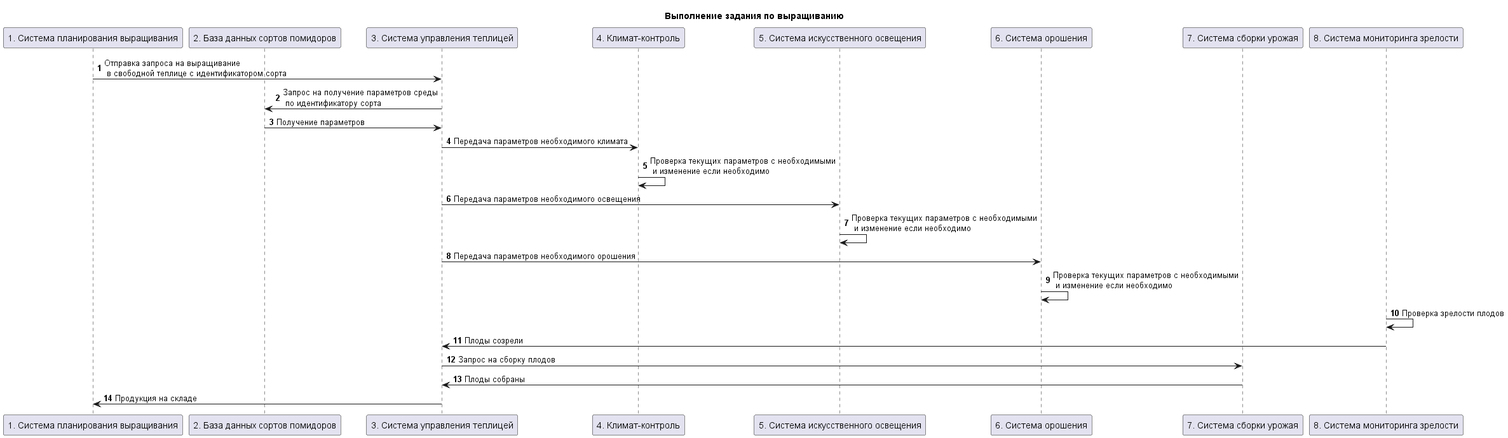
Before: KP/docs/img/proccessing/greenhouse-proccessing-scheme.png, a diagram exported from PlantUML (LibSyfer/CyberImmunity). Source of this version:
```plantuml
@startuml "usecases"

title "Выполнение задания по выращиванию"

participant "1. Система планирования выращивания" as growing_manager_system
participant "2. База данных сортов помидоров" as tomato_db
participant "3. Система управления теплицей" as greenhouse_manager_system
participant "4. Климат-контроль" as climate_control
participant "5. Система искусственного освещения" as lighting_system
participant "6. Система орошения" as irrigation_system
participant "7. Система сборки урожая" as harvest_system
participant "8. Система мониторинга зрелости" as maturity_monitoring_system

autonumber

growing_manager_system -> greenhouse_manager_system: Отправка запроса на выращивание\n в свободной теплице с идентификатором сорта

greenhouse_manager_system -> tomato_db: Запрос на получение параметров среды\n по идентификатору сорта
tomato_db -> greenhouse_manager_system: Получение параметров

greenhouse_manager_system -> climate_control: Передача параметров необходимого климата
climate_control -> climate_control: Проверка текущих параметров с необходимыми\n и изменение если необходимо

greenhouse_manager_system -> lighting_system: Передача параметров необходимого освещения
lighting_system -> lighting_system: Проверка текущих параметров с необходимыми\n и изменение если необходимо

greenhouse_manager_system -> irrigation_system: Передача параметров необходимого орошения
irrigation_system -> irrigation_system: Проверка текущих параметров с необходимыми\n и изменение если необходимо

maturity_monitoring_system -> maturity_monitoring_system: Проверка зрелости плодов
maturity_monitoring_system -> greenhouse_manager_system: Плоды созрели

greenhouse_manager_system -> harvest_system: Запрос на сборку плодов
harvest_system -> greenhouse_manager_system: Плоды собраны

greenhouse_manager_system -> growing_manager_system: Продукция на складе

@enduml
```
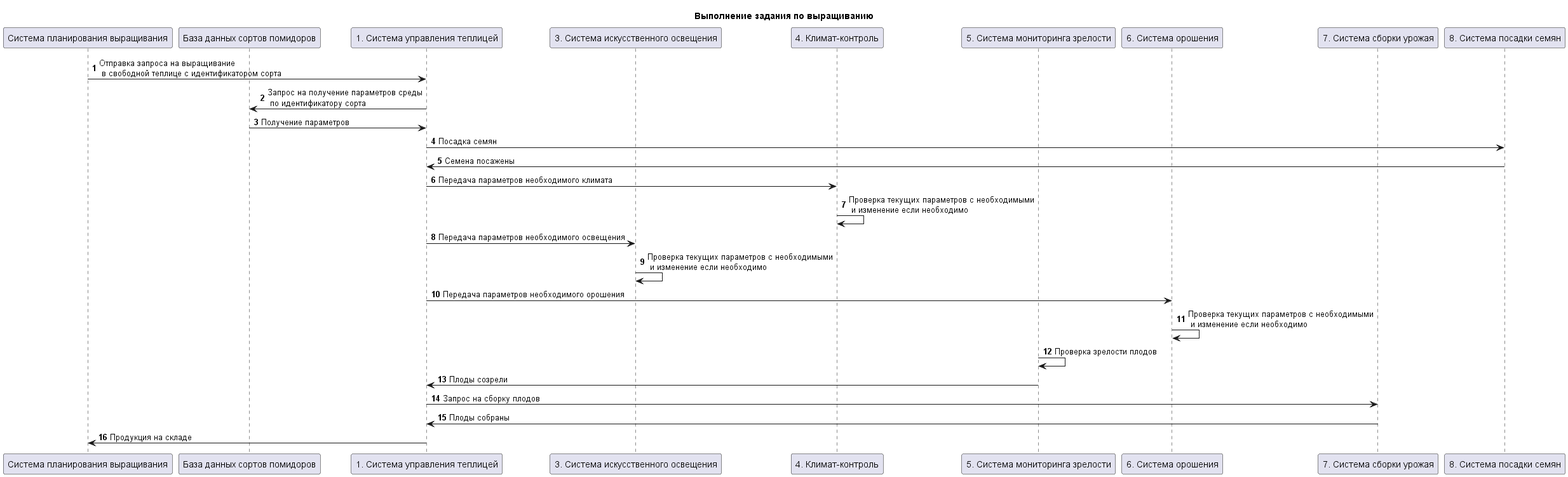
Above is the later version.

Commit message:
Исправлена последовательность работы теплицы. Обновлен отчет

Change to the diagram source:
```diff
@@ -2,14 +2,15 @@
 
 title "Выполнение задания по выращиванию"
 
-participant "1. Система планирования выращивания" as growing_manager_system
-participant "2. База данных сортов помидоров" as tomato_db
-participant "3. Система управления теплицей" as greenhouse_manager_system
+participant "Система планирования выращивания" as growing_manager_system
+participant "База данных сортов помидоров" as tomato_db
+participant "1. Система управления теплицей" as greenhouse_manager_system
+participant "3. Система искусственного освещения" as lighting_system
 participant "4. Климат-контроль" as climate_control
-participant "5. Система искусственного освещения" as lighting_system
+participant "5. Система мониторинга зрелости" as maturity_monitoring_system
 participant "6. Система орошения" as irrigation_system
 participant "7. Система сборки урожая" as harvest_system
-participant "8. Система мониторинга зрелости" as maturity_monitoring_system
+participant "8. Система посадки семян" as seed_planting_system
 
 autonumber
 
@@ -17,6 +18,9 @@
 
 greenhouse_manager_system -> tomato_db: Запрос на получение параметров среды\n по идентификатору сорта
 tomato_db -> greenhouse_manager_system: Получение параметров
+
+greenhouse_manager_system -> seed_planting_system: Посадка семян
+seed_planting_system -> greenhouse_manager_system: Семена посажены
 
 greenhouse_manager_system -> climate_control: Передача параметров необходимого климата
 climate_control -> climate_control: Проверка текущих параметров с необходимыми\n и изменение если необходимо
```
